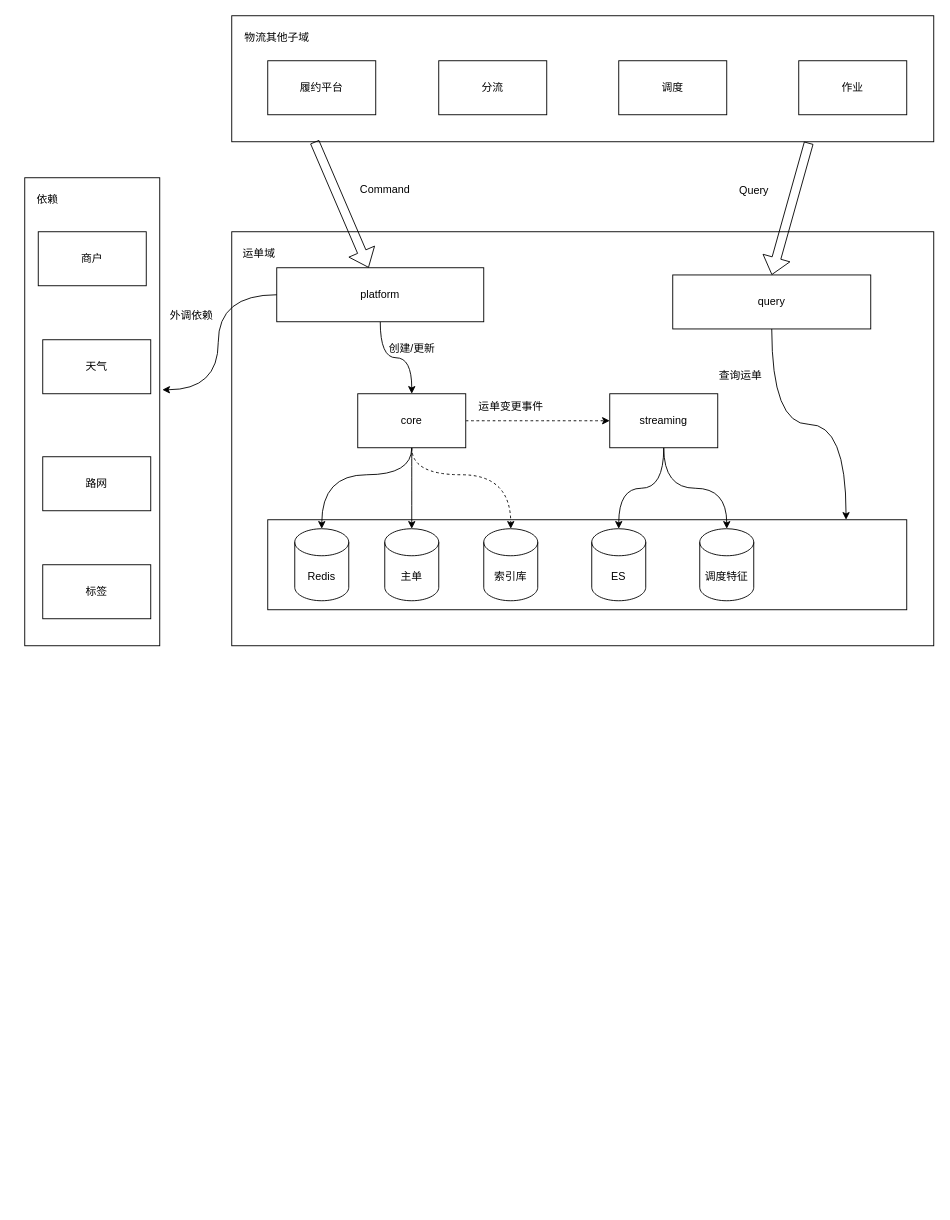
Before: personal/运单设计.drawio in WangHang96/draw-graph, a draw.io diagram. Source tidied: cells renumbered, new cells numbered last; positions are measured from the earlier drawing's top-left corner, leaving out a move shared by most shapes. Both pictures are drawn from the tidied source at 90%, with x=0, y=0 at pixel (24, 15).
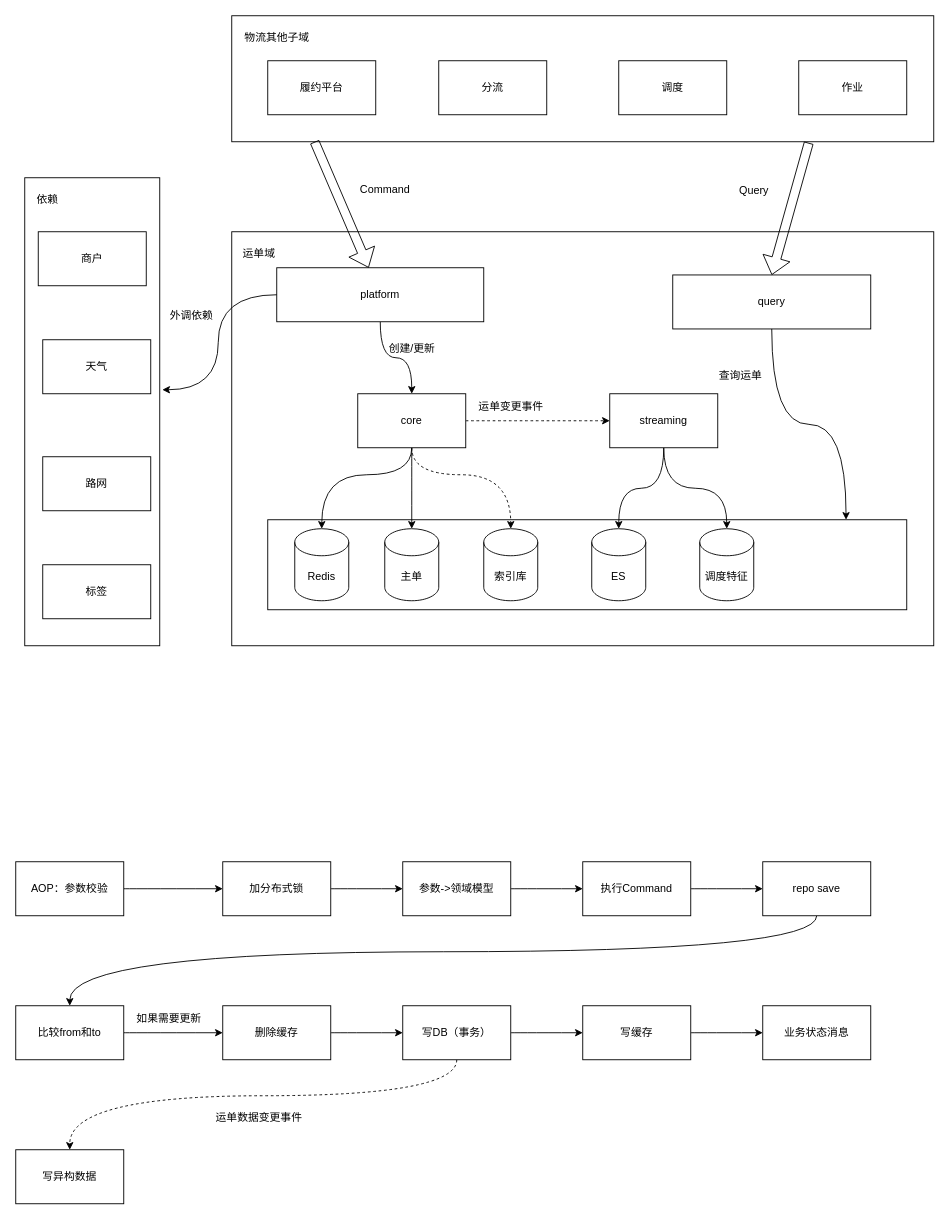
The same diagram, later.

Commit message (it also covers changes not shown here):
更新运单设计.drawio

What changed in the source:
```diff
@@
+    <mxCell id="43" style="edgeStyle=orthogonalEdgeStyle;curved=1;rounded=0;jettySize=auto;html=1;" parent="1" edge="1" source="44" target="46">
+      <mxGeometry relative="1" as="geometry" />
+    </mxCell>
+    <mxCell id="44" value="AOP：参数校验" style="whiteSpace=wrap;html=1;" parent="1" vertex="1">
+      <mxGeometry x="-10" y="940" width="120" height="60" as="geometry" />
+    </mxCell>
+    <mxCell id="45" style="edgeStyle=orthogonalEdgeStyle;curved=1;rounded=0;jettySize=auto;html=1;" parent="1" edge="1" source="46" target="48">
+      <mxGeometry relative="1" as="geometry" />
+    </mxCell>
+    <mxCell id="46" value="加分布式锁" style="whiteSpace=wrap;html=1;" parent="1" vertex="1">
+      <mxGeometry x="220" y="940" width="120" height="60" as="geometry" />
+    </mxCell>
+    <mxCell id="47" style="edgeStyle=orthogonalEdgeStyle;curved=1;rounded=0;jettySize=auto;html=1;" parent="1" edge="1" source="48" target="50">
+      <mxGeometry relative="1" as="geometry" />
+    </mxCell>
+    <mxCell id="48" value="参数-&amp;gt;领域模型" style="whiteSpace=wrap;html=1;" parent="1" vertex="1">
+      <mxGeometry x="420" y="940" width="120" height="60" as="geometry" />
+    </mxCell>
+    <mxCell id="49" style="edgeStyle=orthogonalEdgeStyle;curved=1;rounded=0;jettySize=auto;html=1;" parent="1" edge="1" source="50" target="52">
+      <mxGeometry relative="1" as="geometry" />
+    </mxCell>
+    <mxCell id="50" value="执行Command" style="whiteSpace=wrap;html=1;" parent="1" vertex="1">
+      <mxGeometry x="620" y="940" width="120" height="60" as="geometry" />
+    </mxCell>
+    <mxCell id="51" style="edgeStyle=orthogonalEdgeStyle;curved=1;rounded=0;jettySize=auto;html=1;" parent="1" edge="1" source="52" target="63">
+      <mxGeometry relative="1" as="geometry">
+        <Array as="points">
+          <mxPoint x="880" y="1040" />
+          <mxPoint x="50" y="1040" />
+        </Array>
+      </mxGeometry>
+    </mxCell>
+    <mxCell id="52" value="repo save" style="whiteSpace=wrap;html=1;" parent="1" vertex="1">
+      <mxGeometry x="820" y="940" width="120" height="60" as="geometry" />
+    </mxCell>
+    <mxCell id="53" style="edgeStyle=orthogonalEdgeStyle;curved=1;rounded=0;jettySize=auto;html=1;" parent="1" edge="1" source="54" target="57">
+      <mxGeometry relative="1" as="geometry" />
+    </mxCell>
+    <mxCell id="54" value="删除缓存" style="whiteSpace=wrap;html=1;" parent="1" vertex="1">
+      <mxGeometry x="220" y="1100" width="120" height="60" as="geometry" />
+    </mxCell>
+    <mxCell id="55" style="edgeStyle=orthogonalEdgeStyle;curved=1;rounded=0;jettySize=auto;html=1;" parent="1" edge="1" source="57" target="59">
+      <mxGeometry relative="1" as="geometry" />
+    </mxCell>
+    <mxCell id="56" style="edgeStyle=orthogonalEdgeStyle;curved=1;rounded=0;jettySize=auto;html=1;dashed=1;" parent="1" edge="1" source="57" target="61">
+      <mxGeometry relative="1" as="geometry">
+        <Array as="points">
+          <mxPoint x="480" y="1200" />
+          <mxPoint x="50" y="1200" />
+        </Array>
+      </mxGeometry>
+    </mxCell>
+    <mxCell id="57" value="写DB（事务）" style="whiteSpace=wrap;html=1;" parent="1" vertex="1">
+      <mxGeometry x="420" y="1100" width="120" height="60" as="geometry" />
+    </mxCell>
+    <mxCell id="58" style="edgeStyle=orthogonalEdgeStyle;curved=1;rounded=0;jettySize=auto;html=1;" parent="1" edge="1" source="59" target="60">
+      <mxGeometry relative="1" as="geometry" />
+    </mxCell>
+    <mxCell id="59" value="写缓存" style="whiteSpace=wrap;html=1;" parent="1" vertex="1">
+      <mxGeometry x="620" y="1100" width="120" height="60" as="geometry" />
+    </mxCell>
+    <mxCell id="60" value="业务状态消息" style="whiteSpace=wrap;html=1;" parent="1" vertex="1">
+      <mxGeometry x="820" y="1100" width="120" height="60" as="geometry" />
+    </mxCell>
+    <mxCell id="61" value="写异构数据" style="whiteSpace=wrap;html=1;" parent="1" vertex="1">
+      <mxGeometry x="-10" y="1260" width="120" height="60" as="geometry" />
+    </mxCell>
+    <mxCell id="62" style="edgeStyle=orthogonalEdgeStyle;curved=1;rounded=0;jettySize=auto;html=1;" parent="1" edge="1" source="63" target="54">
+      <mxGeometry relative="1" as="geometry" />
+    </mxCell>
+    <mxCell id="63" value="比较from和to" style="whiteSpace=wrap;html=1;" parent="1" vertex="1">
+      <mxGeometry x="-10" y="1100" width="120" height="60" as="geometry" />
+    </mxCell>
+    <mxCell id="64" value="如果需要更新" style="text;html=1;align=center;verticalAlign=middle;strokeColor=none;fillColor=none;" parent="1" vertex="1">
+      <mxGeometry x="110" y="1100" width="100" height="30" as="geometry" />
+    </mxCell>
+    <mxCell id="65" value="运单数据变更事件" style="text;html=1;align=center;verticalAlign=middle;strokeColor=none;fillColor=none;" parent="1" vertex="1">
+      <mxGeometry x="200" y="1210" width="120" height="30" as="geometry" />
+    </mxCell>
```
